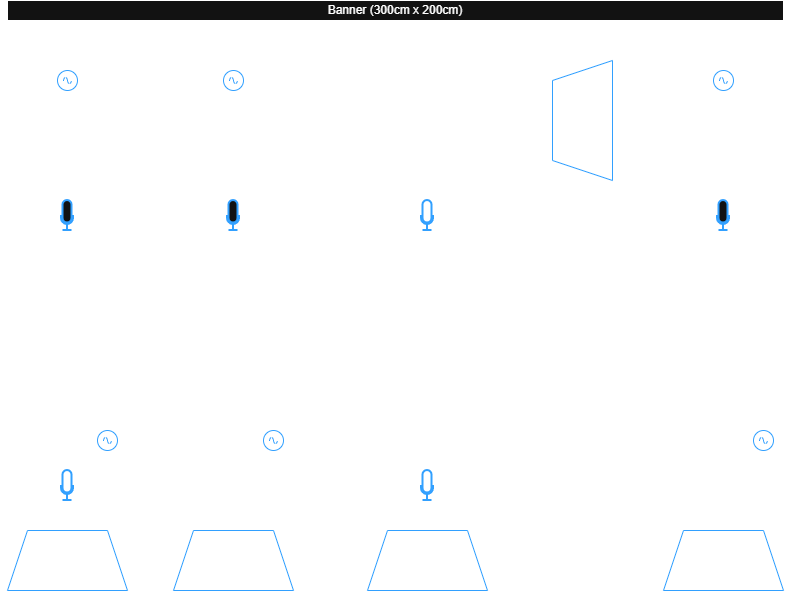
The draw.io diagram images/Technical/Stageplan.png in thriveinchaosband/thriveinchaosband.github.io, before a commit. Source tidied: cells renumbered, new cells last; positions are measured from the earlier drawing's top-left corner, leaving out a move shared by most shapes.
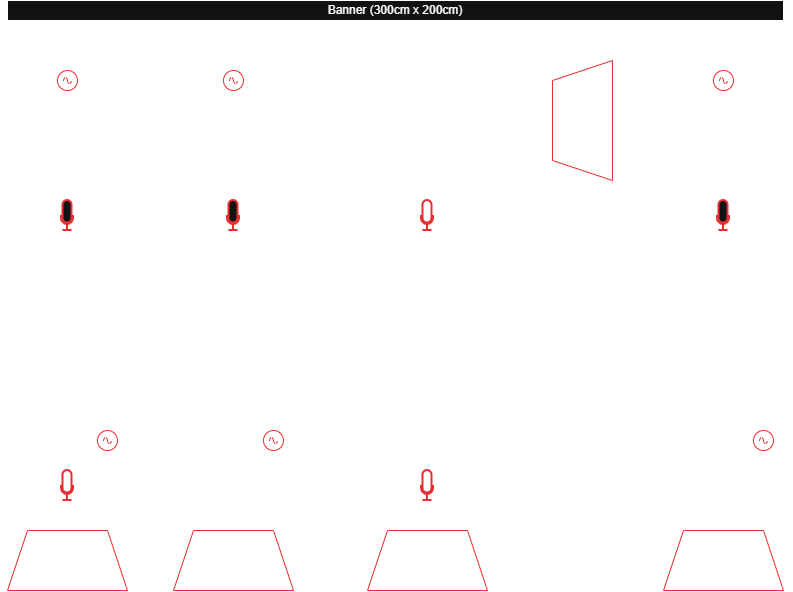
After the change.

What changed in the source:
```diff
@@ -5,7 +5,7 @@
     <mxCell id="2" value="Drums" style="rounded=0;whiteSpace=wrap;html=1;fillColor=none;" parent="1" vertex="1">
       <mxGeometry x="325" y="60" width="190" height="120" as="geometry" />
     </mxCell>
-    <mxCell id="3" value="Monitor" style="shape=trapezoid;perimeter=trapezoidPerimeter;whiteSpace=wrap;html=1;fixedSize=1;rotation=-90;fillColor=none;strokeColor=light-dark(#000000,#32A0FF);" parent="1" vertex="1">
+    <mxCell id="3" value="Monitor" style="shape=trapezoid;perimeter=trapezoidPerimeter;whiteSpace=wrap;html=1;fixedSize=1;rotation=-90;fillColor=none;strokeColor=light-dark(#000000, #e63030);" parent="1" vertex="1">
       <mxGeometry x="515" y="90" width="120" height="60" as="geometry" />
     </mxCell>
     <mxCell id="4" value="Guitar Amp (Lead)" style="rounded=0;whiteSpace=wrap;html=1;rotation=0;fillColor=none;" parent="1" vertex="1">
@@ -17,16 +17,16 @@
     <mxCell id="6" value="Guitar Amp (Rhythm)" style="rounded=0;whiteSpace=wrap;html=1;rotation=0;fillColor=none;" parent="1" vertex="1">
       <mxGeometry y="120" width="120" height="60" as="geometry" />
     </mxCell>
-    <mxCell id="7" value="Monitor" style="shape=trapezoid;perimeter=trapezoidPerimeter;whiteSpace=wrap;html=1;fixedSize=1;rotation=0;fillColor=none;strokeColor=light-dark(#000000,#32A0FF);" parent="1" vertex="1">
+    <mxCell id="7" value="Monitor" style="shape=trapezoid;perimeter=trapezoidPerimeter;whiteSpace=wrap;html=1;fixedSize=1;rotation=0;fillColor=none;strokeColor=light-dark(#000000, #e63030);" parent="1" vertex="1">
       <mxGeometry x="360" y="530" width="120" height="60" as="geometry" />
     </mxCell>
-    <mxCell id="8" value="Monitor" style="shape=trapezoid;perimeter=trapezoidPerimeter;whiteSpace=wrap;html=1;fixedSize=1;rotation=0;fillColor=none;strokeColor=light-dark(#000000,#32A0FF);" parent="1" vertex="1">
+    <mxCell id="8" value="Monitor" style="shape=trapezoid;perimeter=trapezoidPerimeter;whiteSpace=wrap;html=1;fixedSize=1;rotation=0;fillColor=none;strokeColor=light-dark(#000000, #e63030);" parent="1" vertex="1">
       <mxGeometry x="656" y="530" width="120" height="60" as="geometry" />
     </mxCell>
-    <mxCell id="9" value="Monitor" style="shape=trapezoid;perimeter=trapezoidPerimeter;whiteSpace=wrap;html=1;fixedSize=1;rotation=0;fillColor=none;strokeColor=light-dark(#000000,#32A0FF);" parent="1" vertex="1">
+    <mxCell id="9" value="Monitor" style="shape=trapezoid;perimeter=trapezoidPerimeter;whiteSpace=wrap;html=1;fixedSize=1;rotation=0;fillColor=none;strokeColor=light-dark(#000000, #e63030);" parent="1" vertex="1">
       <mxGeometry y="530" width="120" height="60" as="geometry" />
     </mxCell>
-    <mxCell id="10" value="Monitor" style="shape=trapezoid;perimeter=trapezoidPerimeter;whiteSpace=wrap;html=1;fixedSize=1;rotation=0;fillColor=none;strokeColor=light-dark(#000000,#32A0FF);" parent="1" vertex="1">
+    <mxCell id="10" value="Monitor" style="shape=trapezoid;perimeter=trapezoidPerimeter;whiteSpace=wrap;html=1;fixedSize=1;rotation=0;fillColor=none;strokeColor=light-dark(#000000, #e63030);" parent="1" vertex="1">
       <mxGeometry x="166" y="530" width="120" height="60" as="geometry" />
     </mxCell>
     <mxCell id="11" value="Vocalist" style="ellipse;whiteSpace=wrap;html=1;fillColor=none;" parent="1" vertex="1">
@@ -68,58 +68,58 @@
     <mxCell id="23" value="Pedalboard" style="rounded=0;whiteSpace=wrap;html=1;fillColor=none;" parent="1" vertex="1">
       <mxGeometry x="20" y="360" width="80" height="40" as="geometry" />
     </mxCell>
-    <mxCell id="24" style="html=1;verticalLabelPosition=bottom;align=center;labelBackgroundColor=#ffffff;verticalAlign=top;strokeWidth=2;strokeColor=#0080F0;shadow=0;dashed=0;shape=mxgraph.ios7.icons.microphone;" parent="1" vertex="1">
+    <mxCell id="24" style="html=1;verticalLabelPosition=bottom;align=center;labelBackgroundColor=#ffffff;verticalAlign=top;strokeWidth=2;strokeColor=light-dark(#000000, #e63030);shadow=0;dashed=0;shape=mxgraph.ios7.icons.microphone;" parent="1" vertex="1">
       <mxGeometry x="710" y="200" width="12" height="30" as="geometry" />
     </mxCell>
-    <mxCell id="25" value="Drum Microphones" style="html=1;verticalLabelPosition=bottom;align=center;labelBackgroundColor=none;verticalAlign=top;strokeWidth=2;strokeColor=#0080F0;shadow=0;dashed=0;shape=mxgraph.ios7.icons.microphone;fillColor=none;" parent="1" vertex="1">
+    <mxCell id="25" value="Drum Microphones" style="html=1;verticalLabelPosition=bottom;align=center;labelBackgroundColor=none;verticalAlign=top;strokeWidth=2;strokeColor=light-dark(#000000, #e63030);shadow=0;dashed=0;shape=mxgraph.ios7.icons.microphone;fillColor=none;" parent="1" vertex="1">
       <mxGeometry x="414" y="200" width="12" height="30" as="geometry" />
     </mxCell>
-    <mxCell id="26" style="html=1;verticalLabelPosition=bottom;align=center;labelBackgroundColor=#ffffff;verticalAlign=top;strokeWidth=2;strokeColor=#0080F0;shadow=0;dashed=0;shape=mxgraph.ios7.icons.microphone;" parent="1" vertex="1">
+    <mxCell id="26" style="html=1;verticalLabelPosition=bottom;align=center;labelBackgroundColor=#ffffff;verticalAlign=top;strokeWidth=2;strokeColor=light-dark(#000000, #e63030);shadow=0;dashed=0;shape=mxgraph.ios7.icons.microphone;" parent="1" vertex="1">
       <mxGeometry x="220" y="200" width="12" height="30" as="geometry" />
     </mxCell>
-    <mxCell id="27" style="html=1;verticalLabelPosition=bottom;align=center;labelBackgroundColor=#ffffff;verticalAlign=top;strokeWidth=2;strokeColor=#0080F0;shadow=0;dashed=0;shape=mxgraph.ios7.icons.microphone;" parent="1" vertex="1">
+    <mxCell id="27" style="html=1;verticalLabelPosition=bottom;align=center;labelBackgroundColor=#ffffff;verticalAlign=top;strokeWidth=2;strokeColor=light-dark(#000000, #e63030);shadow=0;dashed=0;shape=mxgraph.ios7.icons.microphone;" parent="1" vertex="1">
       <mxGeometry x="54" y="200" width="12" height="30" as="geometry" />
     </mxCell>
-    <mxCell id="28" value="Lead Vocal" style="html=1;verticalLabelPosition=bottom;align=center;labelBackgroundColor=none;verticalAlign=top;strokeWidth=2;strokeColor=#0080F0;shadow=0;dashed=0;shape=mxgraph.ios7.icons.microphone;fillColor=none;" parent="1" vertex="1">
+    <mxCell id="28" value="Lead Vocal" style="html=1;verticalLabelPosition=bottom;align=center;labelBackgroundColor=none;verticalAlign=top;strokeWidth=2;strokeColor=light-dark(#000000, #e63030);shadow=0;dashed=0;shape=mxgraph.ios7.icons.microphone;fillColor=none;" parent="1" vertex="1">
       <mxGeometry x="414" y="470" width="12" height="30" as="geometry" />
     </mxCell>
-    <mxCell id="29" value="Backing Vocal" style="html=1;verticalLabelPosition=bottom;align=center;labelBackgroundColor=none;verticalAlign=top;strokeWidth=2;strokeColor=#0080F0;shadow=0;dashed=0;shape=mxgraph.ios7.icons.microphone;fillColor=none;" parent="1" vertex="1">
+    <mxCell id="29" value="Backing Vocal" style="html=1;verticalLabelPosition=bottom;align=center;labelBackgroundColor=none;verticalAlign=top;strokeWidth=2;strokeColor=light-dark(#000000, #e63030);shadow=0;dashed=0;shape=mxgraph.ios7.icons.microphone;fillColor=none;" parent="1" vertex="1">
       <mxGeometry x="54" y="470" width="12" height="30" as="geometry" />
     </mxCell>
     <mxCell id="30" style="edgeStyle=orthogonalEdgeStyle;rounded=0;jettySize=auto;html=1;exitX=0.5;exitY=0;exitDx=0;exitDy=0;exitPerimeter=0;entryX=1;entryY=1;entryDx=0;entryDy=0;" parent="1" edge="1" source="31" target="23">
       <mxGeometry relative="1" as="geometry" />
     </mxCell>
-    <mxCell id="31" style="verticalLabelPosition=bottom;shadow=0;dashed=0;align=center;html=1;verticalAlign=top;shape=mxgraph.electrical.signal_sources.source;points=[[0.5,0,0],[1,0.5,0],[0.5,1,0],[0,0.5,0]];elSignalType=ac;fillColor=none;strokeColor=light-dark(#000000,#32A0FF);" parent="1" vertex="1">
+    <mxCell id="31" style="verticalLabelPosition=bottom;shadow=0;dashed=0;align=center;html=1;verticalAlign=top;shape=mxgraph.electrical.signal_sources.source;points=[[0.5,0,0],[1,0.5,0],[0.5,1,0],[0,0.5,0]];elSignalType=ac;fillColor=none;strokeColor=light-dark(#000000, #e63030);" parent="1" vertex="1">
       <mxGeometry x="90" y="430" width="20" height="20" as="geometry" />
     </mxCell>
     <mxCell id="32" style="edgeStyle=orthogonalEdgeStyle;rounded=0;jettySize=auto;html=1;exitX=0.5;exitY=0;exitDx=0;exitDy=0;exitPerimeter=0;entryX=1;entryY=1;entryDx=0;entryDy=0;" parent="1" edge="1" source="33" target="19">
       <mxGeometry relative="1" as="geometry" />
     </mxCell>
-    <mxCell id="33" style="verticalLabelPosition=bottom;shadow=0;dashed=0;align=center;html=1;verticalAlign=top;shape=mxgraph.electrical.signal_sources.source;points=[[0.5,0,0],[1,0.5,0],[0.5,1,0],[0,0.5,0]];elSignalType=ac;fillColor=none;strokeColor=light-dark(#000000,#32A0FF);" parent="1" vertex="1">
+    <mxCell id="33" style="verticalLabelPosition=bottom;shadow=0;dashed=0;align=center;html=1;verticalAlign=top;shape=mxgraph.electrical.signal_sources.source;points=[[0.5,0,0],[1,0.5,0],[0.5,1,0],[0,0.5,0]];elSignalType=ac;fillColor=none;strokeColor=light-dark(#000000, #e63030);" parent="1" vertex="1">
       <mxGeometry x="746" y="430" width="20" height="20" as="geometry" />
     </mxCell>
     <mxCell id="34" style="edgeStyle=orthogonalEdgeStyle;rounded=0;jettySize=auto;html=1;exitX=0.5;exitY=1;exitDx=0;exitDy=0;exitPerimeter=0;" parent="1" edge="1" source="35" target="4">
       <mxGeometry relative="1" as="geometry" />
     </mxCell>
-    <mxCell id="35" style="verticalLabelPosition=bottom;shadow=0;dashed=0;align=center;html=1;verticalAlign=top;shape=mxgraph.electrical.signal_sources.source;points=[[0.5,0,0],[1,0.5,0],[0.5,1,0],[0,0.5,0]];elSignalType=ac;fillColor=none;strokeColor=light-dark(#000000,#32A0FF);" parent="1" vertex="1">
+    <mxCell id="35" style="verticalLabelPosition=bottom;shadow=0;dashed=0;align=center;html=1;verticalAlign=top;shape=mxgraph.electrical.signal_sources.source;points=[[0.5,0,0],[1,0.5,0],[0.5,1,0],[0,0.5,0]];elSignalType=ac;fillColor=none;strokeColor=light-dark(#000000, #e63030);" parent="1" vertex="1">
       <mxGeometry x="706" y="70" width="20" height="20" as="geometry" />
     </mxCell>
     <mxCell id="36" style="edgeStyle=orthogonalEdgeStyle;rounded=0;jettySize=auto;html=1;exitX=0.5;exitY=1;exitDx=0;exitDy=0;exitPerimeter=0;" parent="1" edge="1" source="37" target="5">
       <mxGeometry relative="1" as="geometry" />
     </mxCell>
-    <mxCell id="37" style="verticalLabelPosition=bottom;shadow=0;dashed=0;align=center;html=1;verticalAlign=top;shape=mxgraph.electrical.signal_sources.source;points=[[0.5,0,0],[1,0.5,0],[0.5,1,0],[0,0.5,0]];elSignalType=ac;fillColor=none;strokeColor=light-dark(#000000,#32A0FF);" parent="1" vertex="1">
+    <mxCell id="37" style="verticalLabelPosition=bottom;shadow=0;dashed=0;align=center;html=1;verticalAlign=top;shape=mxgraph.electrical.signal_sources.source;points=[[0.5,0,0],[1,0.5,0],[0.5,1,0],[0,0.5,0]];elSignalType=ac;fillColor=none;strokeColor=light-dark(#000000, #e63030);" parent="1" vertex="1">
       <mxGeometry x="216" y="70" width="20" height="20" as="geometry" />
     </mxCell>
     <mxCell id="38" style="edgeStyle=orthogonalEdgeStyle;rounded=0;jettySize=auto;html=1;exitX=0.5;exitY=1;exitDx=0;exitDy=0;exitPerimeter=0;entryX=0.5;entryY=0;entryDx=0;entryDy=0;" parent="1" edge="1" source="39" target="6">
       <mxGeometry relative="1" as="geometry" />
     </mxCell>
-    <mxCell id="39" style="verticalLabelPosition=bottom;shadow=0;dashed=0;align=center;html=1;verticalAlign=top;shape=mxgraph.electrical.signal_sources.source;points=[[0.5,0,0],[1,0.5,0],[0.5,1,0],[0,0.5,0]];elSignalType=ac;fillColor=none;strokeColor=light-dark(#000000,#32A0FF);" parent="1" vertex="1">
+    <mxCell id="39" style="verticalLabelPosition=bottom;shadow=0;dashed=0;align=center;html=1;verticalAlign=top;shape=mxgraph.electrical.signal_sources.source;points=[[0.5,0,0],[1,0.5,0],[0.5,1,0],[0,0.5,0]];elSignalType=ac;fillColor=none;strokeColor=light-dark(#000000, #e63030);" parent="1" vertex="1">
       <mxGeometry x="50" y="70" width="20" height="20" as="geometry" />
     </mxCell>
     <mxCell id="40" style="edgeStyle=orthogonalEdgeStyle;rounded=0;jettySize=auto;html=1;exitX=0.5;exitY=0;exitDx=0;exitDy=0;exitPerimeter=0;entryX=1;entryY=1;entryDx=0;entryDy=0;" parent="1" edge="1" source="41" target="21">
       <mxGeometry relative="1" as="geometry" />
     </mxCell>
-    <mxCell id="41" style="verticalLabelPosition=bottom;shadow=0;dashed=0;align=center;html=1;verticalAlign=top;shape=mxgraph.electrical.signal_sources.source;points=[[0.5,0,0],[1,0.5,0],[0.5,1,0],[0,0.5,0]];elSignalType=ac;fillColor=none;strokeColor=light-dark(#000000,#32A0FF);" parent="1" vertex="1">
+    <mxCell id="41" style="verticalLabelPosition=bottom;shadow=0;dashed=0;align=center;html=1;verticalAlign=top;shape=mxgraph.electrical.signal_sources.source;points=[[0.5,0,0],[1,0.5,0],[0.5,1,0],[0,0.5,0]];elSignalType=ac;fillColor=none;strokeColor=light-dark(#000000, #e63030);" parent="1" vertex="1">
       <mxGeometry x="256" y="430" width="20" height="20" as="geometry" />
     </mxCell>
     <mxCell id="42" value="Banner (300cm x 200cm)" style="rounded=0;whiteSpace=wrap;html=1;" parent="1" vertex="1">
```
